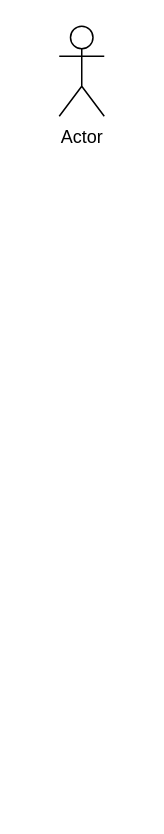
This is fridge_benfits.drawio from Karthikksamy/architecture-nuggets, a draw.io file, before an edit. Source tidied: cells renumbered, new cells numbered last; positions are measured from the earlier drawing's top-left corner, leaving out a move shared by most shapes. Both pictures are drawn from the tidied source at 150%, with x=0, y=0 at pixel (58, 26).
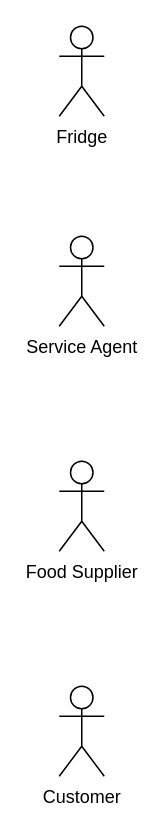
Above is the later version.

Diff of the diagram source:
```diff
@@
 <mxGraphModel>
   <root>
     <mxCell id="0" />
     <mxCell id="1" parent="0" />
-    <mxCell id="2" value="Actor" style="shape=umlActor;verticalLabelPosition=bottom;verticalAlign=top;html=1;" parent="1" vertex="1">
+    <mxCell id="2" value="Fridge" style="shape=umlActor;verticalLabelPosition=bottom;verticalAlign=top;html=1;" parent="1" vertex="1">
       <mxGeometry width="30" height="60" as="geometry" />
     </mxCell>
+    <mxCell id="3" value="Service Agent" style="shape=umlActor;verticalLabelPosition=bottom;verticalAlign=top;html=1;" parent="1" vertex="1">
+      <mxGeometry y="140" width="30" height="60" as="geometry" />
+    </mxCell>
+    <mxCell id="4" value="Food Supplier" style="shape=umlActor;verticalLabelPosition=bottom;verticalAlign=top;html=1;" parent="1" vertex="1">
+      <mxGeometry y="290" width="30" height="60" as="geometry" />
+    </mxCell>
+    <mxCell id="5" value="Customer" style="shape=umlActor;verticalLabelPosition=bottom;verticalAlign=top;html=1;" parent="1" vertex="1">
+      <mxGeometry y="440" width="30" height="60" as="geometry" />
+    </mxCell>
   </root>
 </mxGraphModel>
```
